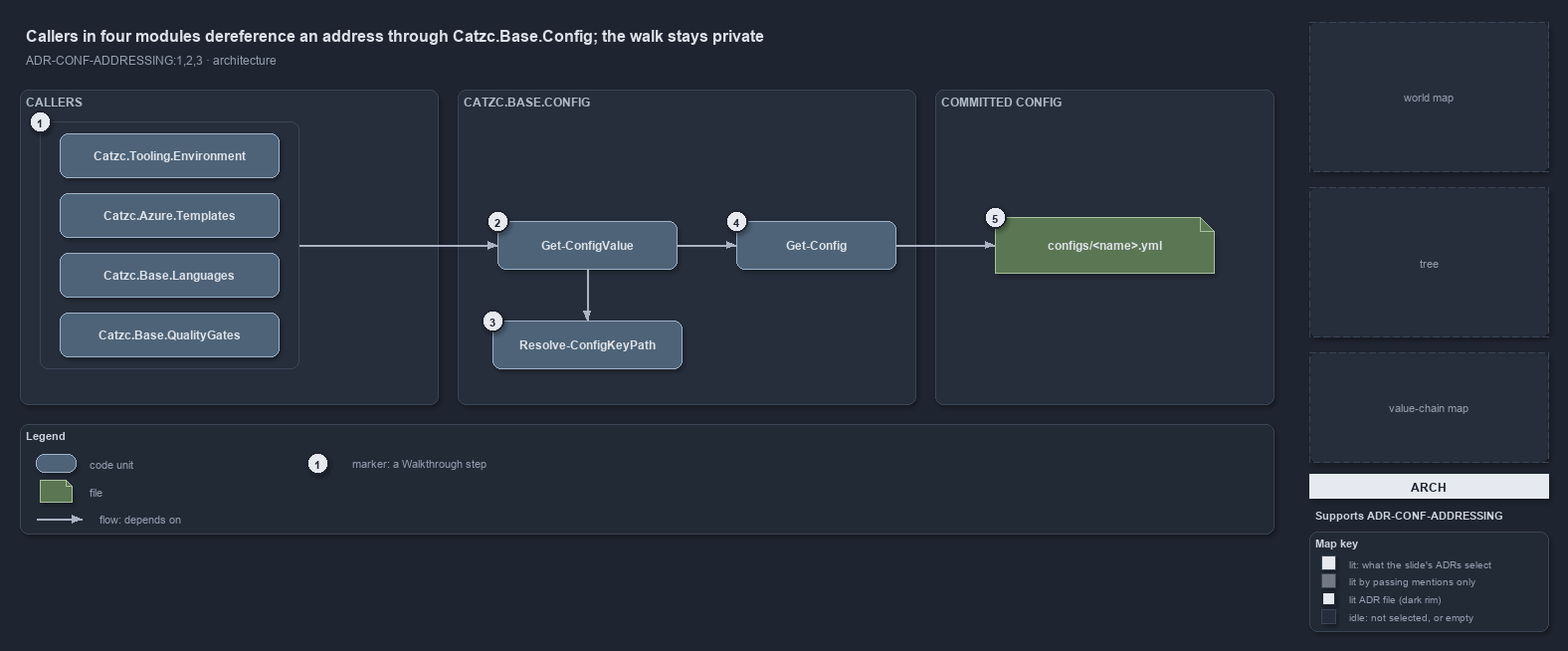
The draw.io diagram docs/.assets/explanation/adr-conf-addressing--callers-in-four-modules-share-one-resolver--architecture.drawio.png in casperease/catzc, before a commit. Source tidied: cells renumbered, new cells last; positions are measured from the earlier drawing's top-left corner, leaving out a move shared by most shapes.
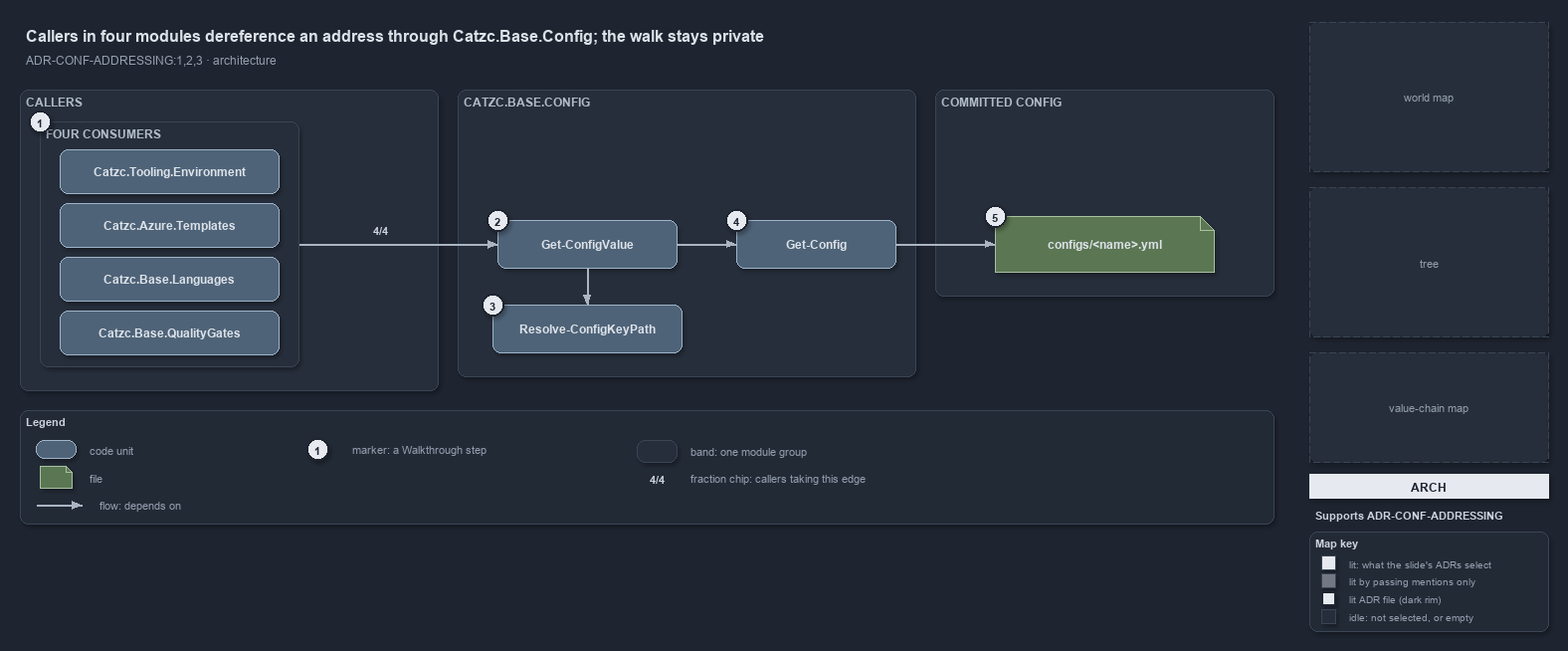
After the change.

Change to the diagram source:
```diff
@@ -51,43 +51,43 @@
       <mxGeometry x="1330" y="589" width="200" height="20" as="geometry" />
     </mxCell>
     <mxCell id="18" value="CALLERS" style="rounded=1;html=1;arcSize=3;fillColor=#262E3B;strokeColor=#3A4555;verticalAlign=top;align=left;spacingLeft=8;fontStyle=1;fontSize=12;fontColor=#B0BAC7;" parent="1" vertex="1">
-      <mxGeometry y="70" width="420" height="316" as="geometry" />
+      <mxGeometry y="70" width="420" height="302" as="geometry" />
     </mxCell>
-    <mxCell id="19" style="rounded=1;html=1;arcSize=6;fillColor=none;strokeColor=#3A4555;strokeWidth=1;" parent="1" vertex="1">
-      <mxGeometry x="20" y="102" width="260" height="248" as="geometry" />
+    <mxCell id="19" value="FOUR CONSUMERS" style="rounded=1;html=1;arcSize=3;fillColor=#262E3B;strokeColor=#3A4555;verticalAlign=top;align=left;spacingLeft=24;fontStyle=1;fontSize=12;fontColor=#B0BAC7;" parent="1" vertex="1">
+      <mxGeometry x="20" y="102" width="260" height="246" as="geometry" />
     </mxCell>
     <mxCell id="20" value="&lt;b&gt;Catzc.Tooling.Environment&lt;/b&gt;" style="rounded=1;whiteSpace=wrap;html=1;arcSize=20;fillColor=#4E6378;strokeColor=#9FB3C8;fontColor=#DDE2E9;fontSize=12;" parent="1" vertex="1">
-      <mxGeometry x="40" y="114" width="220" height="44" as="geometry" />
+      <mxGeometry x="40" y="130" width="220" height="44" as="geometry" />
     </mxCell>
     <mxCell id="21" value="&lt;b&gt;Catzc.Azure.Templates&lt;/b&gt;" style="rounded=1;whiteSpace=wrap;html=1;arcSize=20;fillColor=#4E6378;strokeColor=#9FB3C8;fontColor=#DDE2E9;fontSize=12;" parent="1" vertex="1">
-      <mxGeometry x="40" y="174" width="220" height="44" as="geometry" />
+      <mxGeometry x="40" y="184" width="220" height="44" as="geometry" />
     </mxCell>
     <mxCell id="22" value="&lt;b&gt;Catzc.Base.Languages&lt;/b&gt;" style="rounded=1;whiteSpace=wrap;html=1;arcSize=20;fillColor=#4E6378;strokeColor=#9FB3C8;fontColor=#DDE2E9;fontSize=12;" parent="1" vertex="1">
-      <mxGeometry x="40" y="234" width="220" height="44" as="geometry" />
+      <mxGeometry x="40" y="238" width="220" height="44" as="geometry" />
     </mxCell>
     <mxCell id="23" value="&lt;b&gt;Catzc.Base.QualityGates&lt;/b&gt;" style="rounded=1;whiteSpace=wrap;html=1;arcSize=20;fillColor=#4E6378;strokeColor=#9FB3C8;fontColor=#DDE2E9;fontSize=12;" parent="1" vertex="1">
-      <mxGeometry x="40" y="294" width="220" height="44" as="geometry" />
+      <mxGeometry x="40" y="292" width="220" height="44" as="geometry" />
     </mxCell>
     <mxCell id="24" style="text;html=1;strokeColor=none;fillColor=none;" parent="1" vertex="1">
-      <mxGeometry x="280" y="226" width="1" height="1" as="geometry" />
+      <mxGeometry x="280" y="225" width="1" height="1" as="geometry" />
     </mxCell>
     <mxCell id="25" value="CATZC.BASE.CONFIG" style="rounded=1;html=1;arcSize=3;fillColor=#262E3B;strokeColor=#3A4555;verticalAlign=top;align=left;spacingLeft=8;fontStyle=1;fontSize=12;fontColor=#B0BAC7;" parent="1" vertex="1">
-      <mxGeometry x="440" y="70" width="460" height="316" as="geometry" />
+      <mxGeometry x="440" y="70" width="460" height="288" as="geometry" />
     </mxCell>
     <mxCell id="26" value="&lt;b&gt;Get-ConfigValue&lt;/b&gt;" style="rounded=1;whiteSpace=wrap;html=1;arcSize=20;fillColor=#4E6378;strokeColor=#9FB3C8;fontColor=#DDE2E9;fontSize=12;" parent="1" vertex="1">
-      <mxGeometry x="480" y="202" width="180" height="48" as="geometry" />
+      <mxGeometry x="480" y="201" width="180" height="48" as="geometry" />
     </mxCell>
     <mxCell id="27" value="&lt;b&gt;Get-Config&lt;/b&gt;" style="rounded=1;whiteSpace=wrap;html=1;arcSize=20;fillColor=#4E6378;strokeColor=#9FB3C8;fontColor=#DDE2E9;fontSize=12;" parent="1" vertex="1">
-      <mxGeometry x="720" y="202" width="160" height="48" as="geometry" />
+      <mxGeometry x="720" y="201" width="160" height="48" as="geometry" />
     </mxCell>
     <mxCell id="28" value="&lt;b&gt;Resolve-ConfigKeyPath&lt;/b&gt;" style="rounded=1;whiteSpace=wrap;html=1;arcSize=20;fillColor=#4E6378;strokeColor=#9FB3C8;fontColor=#DDE2E9;fontSize=12;" parent="1" vertex="1">
-      <mxGeometry x="475" y="302" width="190" height="48" as="geometry" />
+      <mxGeometry x="475" y="286" width="190" height="48" as="geometry" />
     </mxCell>
     <mxCell id="29" value="COMMITTED CONFIG" style="rounded=1;html=1;arcSize=3;fillColor=#262E3B;strokeColor=#3A4555;verticalAlign=top;align=left;spacingLeft=8;fontStyle=1;fontSize=12;fontColor=#B0BAC7;" parent="1" vertex="1">
-      <mxGeometry x="920" y="70" width="340" height="316" as="geometry" />
+      <mxGeometry x="920" y="70" width="340" height="207" as="geometry" />
     </mxCell>
     <mxCell id="30" value="&lt;b&gt;configs/&amp;lt;name&amp;gt;.yml&lt;/b&gt;" style="shape=note;size=14;whiteSpace=wrap;html=1;fillColor=#5B7653;strokeColor=#A9C29F;fontColor=#DDE2E9;fontSize=12;" parent="1" vertex="1">
-      <mxGeometry x="980" y="198" width="220" height="56" as="geometry" />
+      <mxGeometry x="980" y="197" width="220" height="56" as="geometry" />
     </mxCell>
     <mxCell id="31" style="edgeStyle=orthogonalEdgeStyle;rounded=1;html=1;fontSize=10;fontColor=#CDD3DC;endArrow=block;strokeColor=#AAB4C3;shadow=0;" parent="1" edge="1" source="24" target="26">
       <mxGeometry relative="1" as="geometry" />
@@ -102,52 +102,67 @@
       <mxGeometry relative="1" as="geometry" />
     </mxCell>
     <mxCell id="35" value="&lt;b&gt;Legend&lt;/b&gt;" style="rounded=1;whiteSpace=wrap;html=1;arcSize=6;fillColor=#222A36;strokeColor=#3A4555;align=left;verticalAlign=top;spacing=8;fontSize=11;fontColor=#CDD3DC;" parent="1" vertex="1">
-      <mxGeometry y="406" width="1260" height="110" as="geometry" />
+      <mxGeometry y="392" width="1260" height="114" as="geometry" />
     </mxCell>
     <mxCell id="36" style="rounded=1;html=1;arcSize=20;fillColor=#4E6378;strokeColor=#9FB3C8;" parent="1" vertex="1">
-      <mxGeometry x="16" y="436" width="40" height="18" as="geometry" />
+      <mxGeometry x="16" y="422" width="40" height="18" as="geometry" />
     </mxCell>
     <mxCell id="37" value="code unit" style="text;html=1;align=left;verticalAlign=middle;fontSize=11;fontColor=#949FAE;" parent="1" vertex="1">
-      <mxGeometry x="64" y="435" width="240" height="20" as="geometry" />
+      <mxGeometry x="64" y="421" width="240" height="20" as="geometry" />
     </mxCell>
     <mxCell id="38" style="shape=note;size=6;html=1;fillColor=#5B7653;strokeColor=#A9C29F;" parent="1" vertex="1">
-      <mxGeometry x="20" y="462" width="32" height="22" as="geometry" />
+      <mxGeometry x="20" y="448" width="32" height="22" as="geometry" />
     </mxCell>
     <mxCell id="39" value="file" style="text;html=1;align=left;verticalAlign=middle;fontSize=11;fontColor=#949FAE;" parent="1" vertex="1">
-      <mxGeometry x="64" y="463" width="240" height="20" as="geometry" />
+      <mxGeometry x="64" y="449" width="240" height="20" as="geometry" />
     </mxCell>
     <mxCell id="40" style="text;html=1;strokeColor=none;fillColor=none;" parent="1" vertex="1">
-      <mxGeometry x="16" y="501" width="1" height="1" as="geometry" />
+      <mxGeometry x="16" y="487" width="1" height="1" as="geometry" />
     </mxCell>
     <mxCell id="41" style="text;html=1;strokeColor=none;fillColor=none;" parent="1" vertex="1">
-      <mxGeometry x="62" y="501" width="1" height="1" as="geometry" />
+      <mxGeometry x="62" y="487" width="1" height="1" as="geometry" />
     </mxCell>
     <mxCell id="42" style="edgeStyle=orthogonalEdgeStyle;rounded=1;html=1;fontSize=10;fontColor=#CDD3DC;endArrow=block;strokeColor=#AAB4C3;shadow=0;" parent="1" edge="1" source="40" target="41">
       <mxGeometry relative="1" as="geometry" />
     </mxCell>
     <mxCell id="43" value="flow: depends on" style="text;html=1;align=left;verticalAlign=middle;fontSize=11;fontColor=#949FAE;" parent="1" vertex="1">
-      <mxGeometry x="74" y="491" width="240" height="20" as="geometry" />
+      <mxGeometry x="74" y="477" width="240" height="20" as="geometry" />
     </mxCell>
     <mxCell id="44" value="1" style="ellipse;html=1;fillColor=#E6EAF0;strokeColor=#1E2430;strokeWidth=2;fontColor=#1E2430;fontStyle=1;fontSize=11;" parent="1" vertex="1">
-      <mxGeometry x="288" y="434" width="22" height="22" as="geometry" />
+      <mxGeometry x="288" y="420" width="22" height="22" as="geometry" />
     </mxCell>
     <mxCell id="45" value="marker: a Walkthrough step" style="text;html=1;align=left;verticalAlign=middle;fontSize=11;fontColor=#949FAE;" parent="1" vertex="1">
-      <mxGeometry x="328" y="435" width="240" height="20" as="geometry" />
+      <mxGeometry x="328" y="421" width="240" height="20" as="geometry" />
     </mxCell>
+    <mxCell id="51" style="rounded=1;html=1;arcSize=3;fillColor=#262E3B;strokeColor=#3A4555;" parent="1" vertex="1">
+      <mxGeometry x="620" y="422" width="40" height="22" as="geometry" />
+    </mxCell>
+    <mxCell id="52" value="band: one module group" style="text;html=1;align=left;verticalAlign=middle;fontSize=11;fontColor=#949FAE;" parent="1" vertex="1">
+      <mxGeometry x="668" y="423" width="240" height="20" as="geometry" />
+    </mxCell>
+    <mxCell id="53" value="4/4" style="text;html=1;align=center;verticalAlign=middle;fontSize=11;fontStyle=1;fontColor=#CDD3DC;fillColor=#1E2430;" parent="1" vertex="1">
+      <mxGeometry x="620" y="450" width="40" height="20" as="geometry" />
+    </mxCell>
+    <mxCell id="54" value="fraction chip: callers taking this edge" style="text;html=1;align=left;verticalAlign=middle;fontSize=11;fontColor=#949FAE;" parent="1" vertex="1">
+      <mxGeometry x="668" y="450" width="280" height="20" as="geometry" />
+    </mxCell>
+    <mxCell id="55" value="4/4" style="text;html=1;align=center;verticalAlign=middle;fontSize=11;fontStyle=1;fontColor=#CDD3DC;fillColor=#1E2430;" parent="1" vertex="1">
+      <mxGeometry x="342" y="200" width="40" height="20" as="geometry" />
+    </mxCell>
     <mxCell id="46" value="1" style="ellipse;html=1;fillColor=#E6EAF0;strokeColor=#1E2430;strokeWidth=2;fontColor=#1E2430;fontStyle=1;fontSize=11;" parent="1" vertex="1">
       <mxGeometry x="9" y="91" width="22" height="22" as="geometry" />
     </mxCell>
     <mxCell id="47" value="2" style="ellipse;html=1;fillColor=#E6EAF0;strokeColor=#1E2430;strokeWidth=2;fontColor=#1E2430;fontStyle=1;fontSize=11;" parent="1" vertex="1">
-      <mxGeometry x="469" y="191" width="22" height="22" as="geometry" />
+      <mxGeometry x="469" y="190" width="22" height="22" as="geometry" />
     </mxCell>
     <mxCell id="48" value="3" style="ellipse;html=1;fillColor=#E6EAF0;strokeColor=#1E2430;strokeWidth=2;fontColor=#1E2430;fontStyle=1;fontSize=11;" parent="1" vertex="1">
-      <mxGeometry x="464" y="291" width="22" height="22" as="geometry" />
+      <mxGeometry x="464" y="275" width="22" height="22" as="geometry" />
     </mxCell>
     <mxCell id="49" value="4" style="ellipse;html=1;fillColor=#E6EAF0;strokeColor=#1E2430;strokeWidth=2;fontColor=#1E2430;fontStyle=1;fontSize=11;" parent="1" vertex="1">
-      <mxGeometry x="709" y="191" width="22" height="22" as="geometry" />
+      <mxGeometry x="709" y="190" width="22" height="22" as="geometry" />
     </mxCell>
     <mxCell id="50" value="5" style="ellipse;html=1;fillColor=#E6EAF0;strokeColor=#1E2430;strokeWidth=2;fontColor=#1E2430;fontStyle=1;fontSize=11;" parent="1" vertex="1">
-      <mxGeometry x="969" y="187" width="22" height="22" as="geometry" />
+      <mxGeometry x="969" y="186" width="22" height="22" as="geometry" />
     </mxCell>
   </root>
 </mxGraphModel>
```
